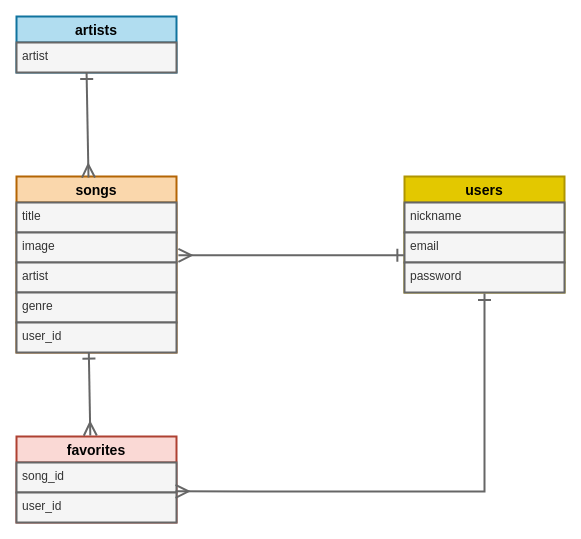
Earlier version of the draw.io diagram best-music-one.dio (nakk-ramy/best-music-one). Source tidied: cells renumbered, new cells numbered last; positions are measured from the earlier drawing's top-left corner, leaving out a move shared by most shapes. Both pictures are drawn from the tidied source at 100%, with x=0, y=0 at pixel (16, 16).
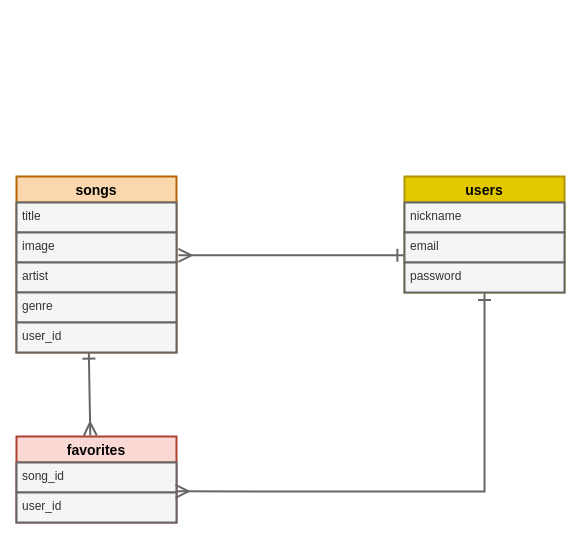
The same page after the edit.

The change refers to these unchanged cells:
```xml
<mxCell id="2" value="songs" style="swimlane;fontStyle=1;horizontal=1;startSize=26;align=center;fontSize=14;strokeWidth=2;fillColor=#fad7ac;strokeColor=#b46504;fontColor=#000000;" parent="1" vertex="1">
  <mxGeometry y="160" width="160" height="176" as="geometry" />
</mxCell>
```

The edit, as a diff of the source:
```diff
@@
-    <mxCell id="18" value="artists" style="swimlane;fontStyle=1;horizontal=1;startSize=26;align=center;fontSize=14;fillColor=#b1ddf0;strokeColor=#10739e;strokeWidth=2;fontColor=#000000;" parent="1" vertex="1">
-      <mxGeometry width="160" height="56" as="geometry" />
-    </mxCell>
-    <mxCell id="19" value="artist" style="text;fillColor=#f5f5f5;spacingLeft=4;spacingRight=4;overflow=hidden;points=[[0,0.5],[1,0.5]];portConstraint=eastwest;fontSize=12;strokeColor=#666666;fontColor=#333333;strokeWidth=2;" parent="18" vertex="1">
-      <mxGeometry y="26" width="160" height="30" as="geometry" />
-    </mxCell>
-    <mxCell id="20" style="endArrow=ERmany;html=1;rounded=0;endSize=10;targetPerimeterSpacing=1;strokeWidth=2;jumpSize=13;entryX=0.45;entryY=0.006;entryDx=0;entryDy=0;startArrow=ERone;startFill=0;startSize=10;endFill=0;fillColor=#f5f5f5;fontColor=#000000;strokeColor=#666666;entryPerimeter=0;exitX=0.438;exitY=1;exitDx=0;exitDy=0;exitPerimeter=0;" parent="1" edge="1" source="19" target="2">
-      <mxGeometry relative="1" as="geometry" />
-    </mxCell>
```
